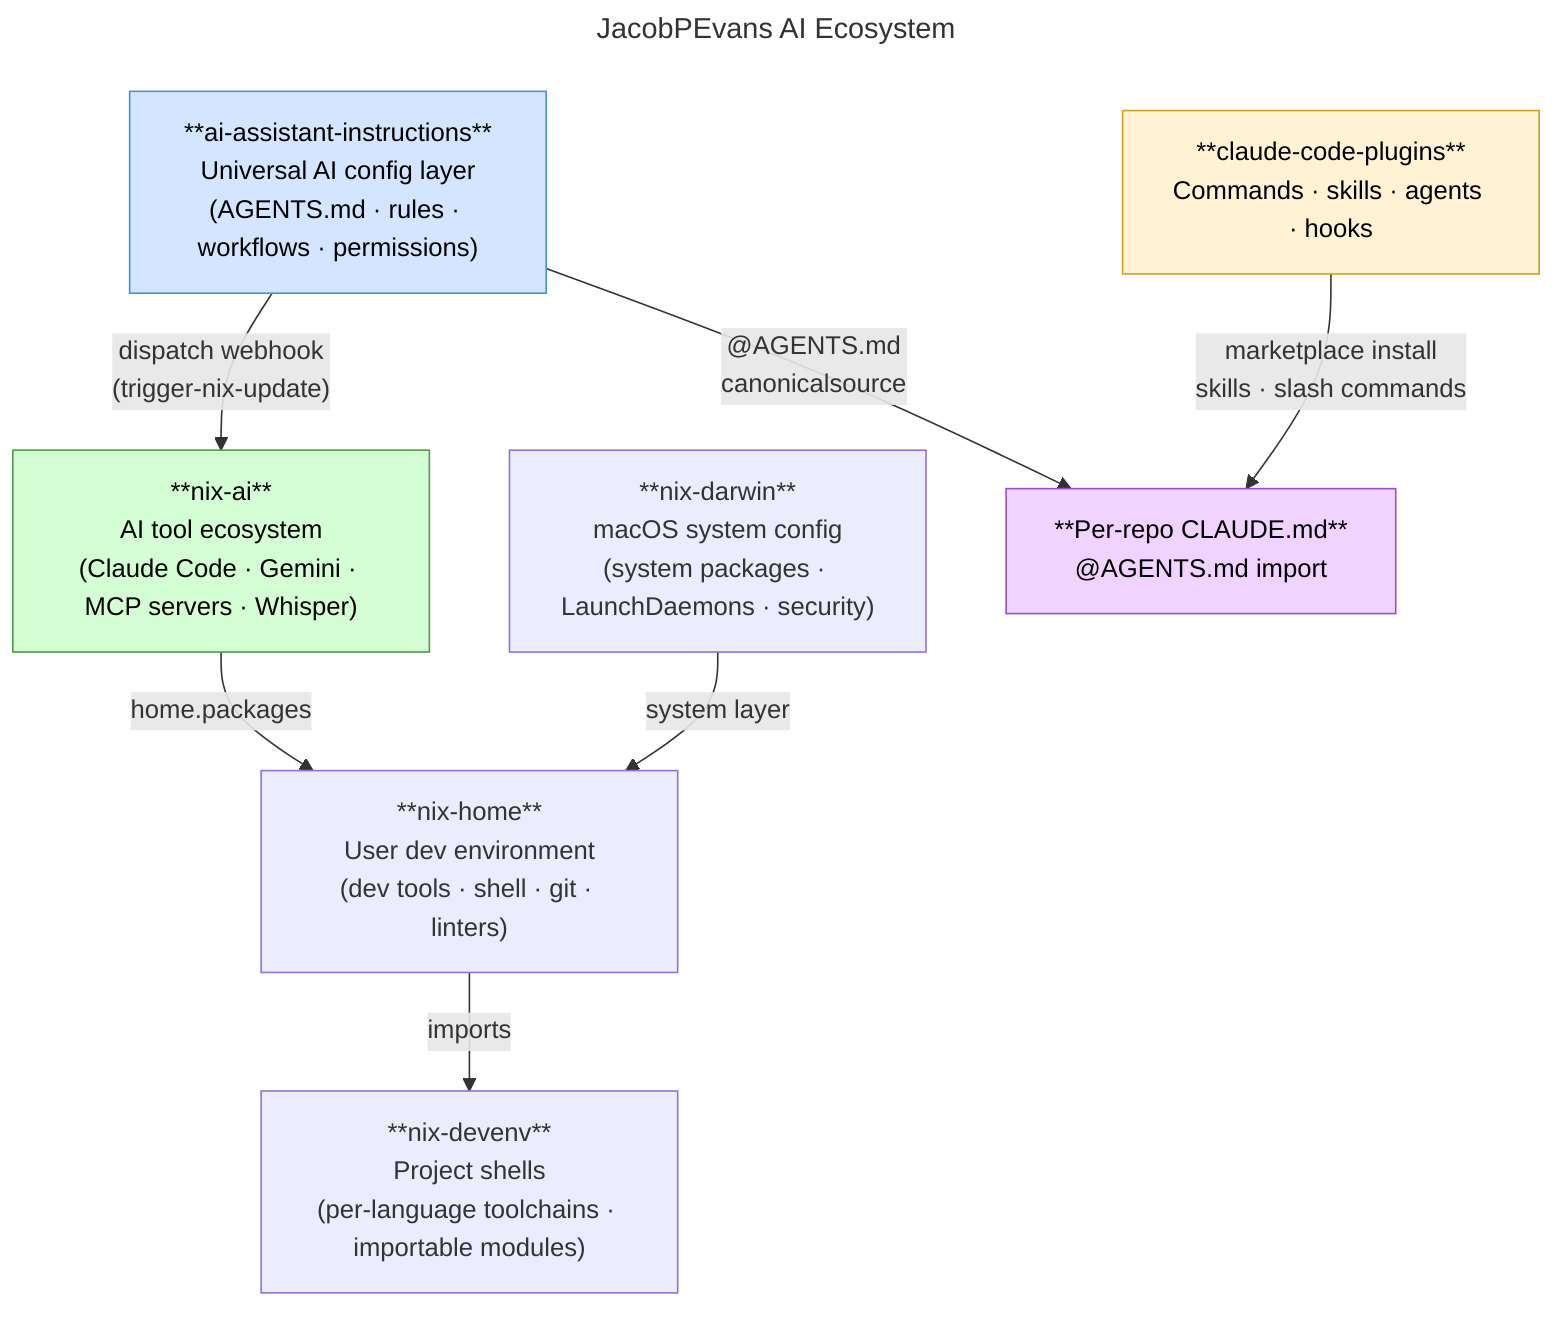
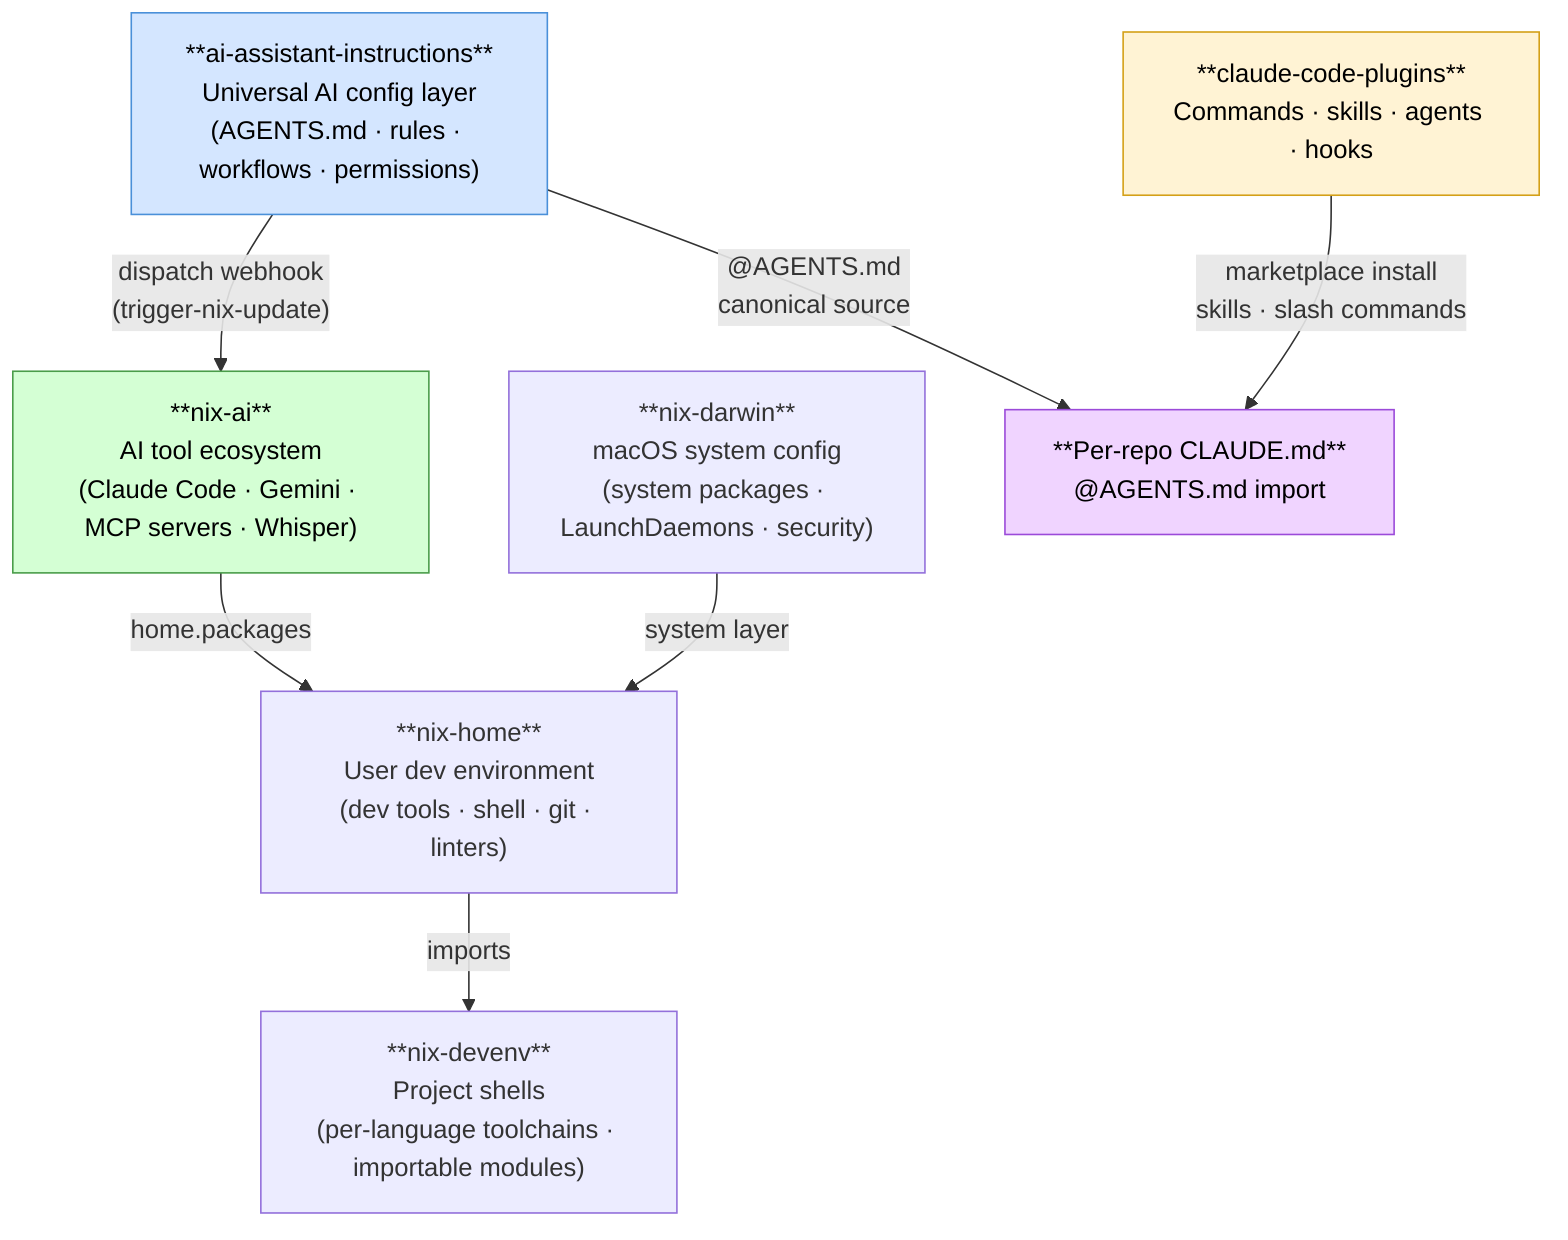
- ---
- title: JacobPEvans AI Ecosystem
- ---
+ %% Ecosystem context: how ai-assistant-instructions fits into the JacobPEvans nix-ai system
graph TD
    AAI["**ai-assistant-instructions**\nUniversal AI config layer\n(AGENTS.md · rules · workflows · permissions)"]

    NixAI["**nix-ai**\nAI tool ecosystem\n(Claude Code · Gemini · MCP servers · Whisper)"]
    NixHome["**nix-home**\nUser dev environment\n(dev tools · shell · git · linters)"]
    NixDarwin["**nix-darwin**\nmacOS system config\n(system packages · LaunchDaemons · security)"]
    NixDevenv["**nix-devenv**\nProject shells\n(per-language toolchains · importable modules)"]

    Plugins["**claude-code-plugins**\nCommands · skills · agents · hooks"]

    PerRepo["**Per-repo CLAUDE.md**\n@AGENTS.md import"]

    AAI -->|"dispatch webhook\n(trigger-nix-update)"| NixAI
-     AAI -->|"@AGENTS.md\ncanonicalsource"| PerRepo
+     AAI -->|"@AGENTS.md\ncanonical source"| PerRepo
    Plugins -->|"marketplace install\nskills · slash commands"| PerRepo

    NixAI -->|"home.packages"| NixHome
    NixDarwin -->|"system layer"| NixHome
    NixHome -->|"imports"| NixDevenv

    style AAI fill:#d4e6ff,stroke:#4a90d9,color:#000
    style NixAI fill:#d4ffd4,stroke:#4a9d4a,color:#000
    style Plugins fill:#fff3d4,stroke:#d4a017,color:#000
    style PerRepo fill:#f0d4ff,stroke:#9b4ad9,color:#000
